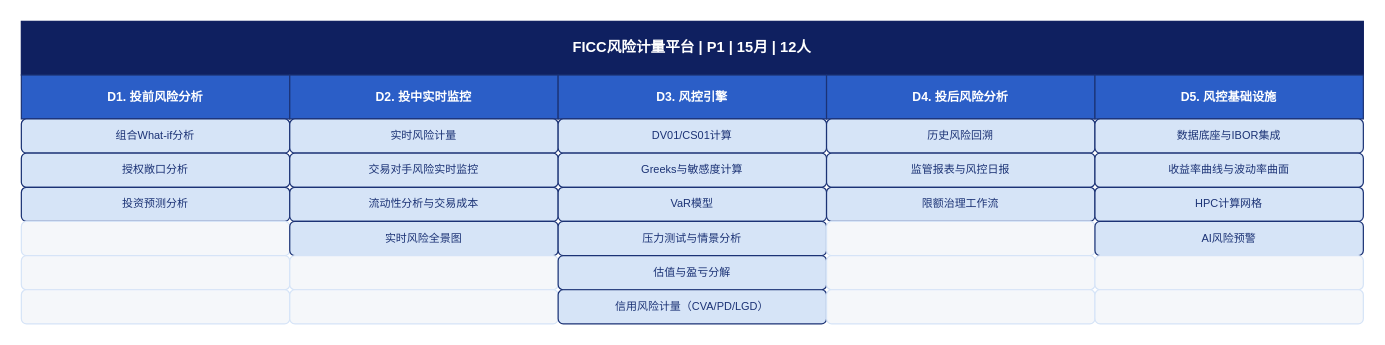
BellyFish99/ficc-projDocs keeps this draw.io diagram as Feasibility_analysis/drawio/detail_04_FICC风险计量平台.drawio. Above is the earlier version. Source tidied: cells renumbered, new cells numbered last; positions are measured from the earlier drawing's top-left corner, leaving out a move shared by most shapes. Both pictures are drawn from the tidied source at 122%, with x=0, y=0 at pixel (21, 21).
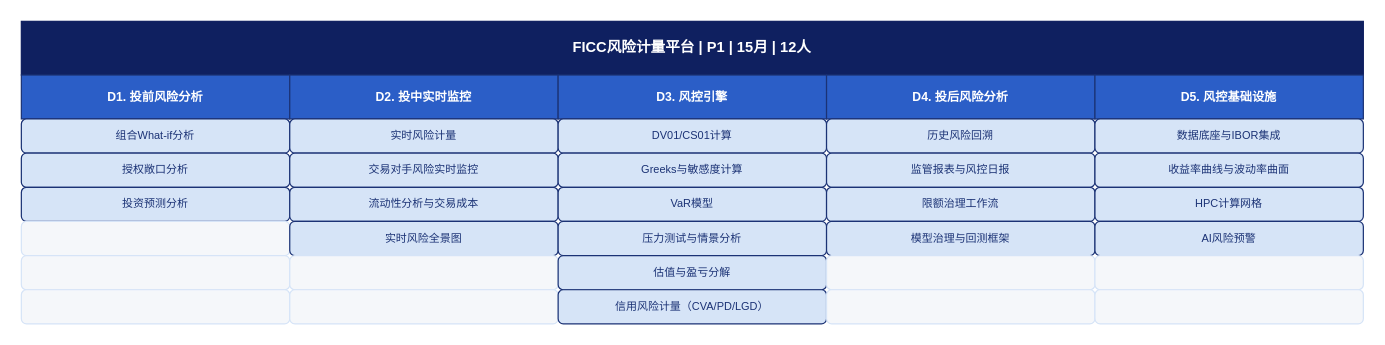
Above is the later version.

The edit, as a diff of the source:
```diff
@@
-    <mxCell id="26" style="rounded=1;whiteSpace=wrap;html=1;fillColor=#F5F7FA;fontColor=#F5F7FA;strokeColor=#D6E4F7;fontSize=9;" parent="1" vertex="1">
+    <mxCell id="26" value="模型治理与回测框架" style="rounded=1;whiteSpace=wrap;html=1;fillColor=#D6E4F7;fontColor=#1B3275;strokeColor=#1B3275;fontSize=9;align=center;verticalAlign=middle;" parent="1" vertex="1">
       <mxGeometry x="660" y="164" width="220" height="28" as="geometry" />
     </mxCell>
```
